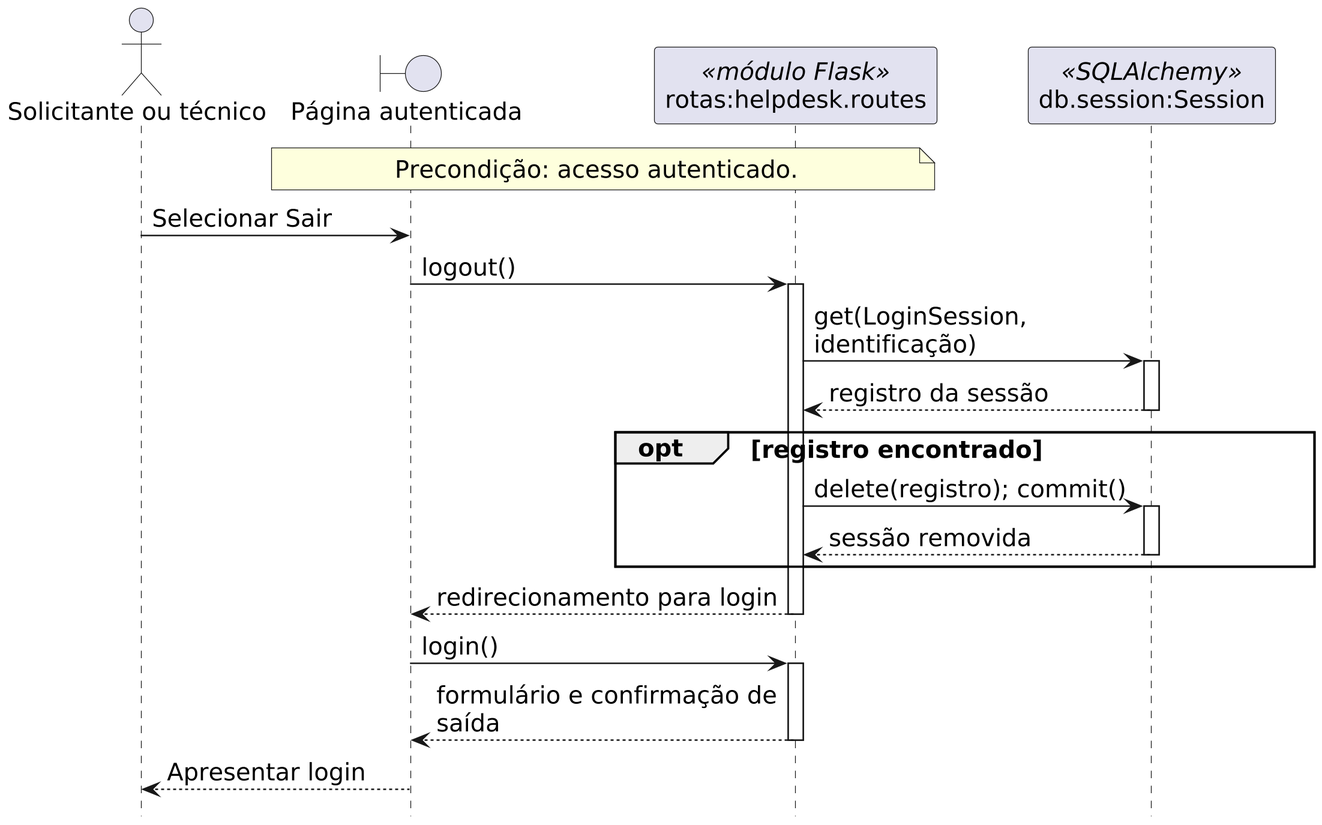
Earlier version of the PlantUML export docs/diagrams/sprint-2-logout.png (Lfijho/chamadosLES). The source it was exported from:
```plantuml
@startuml
hide footbox
skinparam backgroundColor #FFFFFF
skinparam shadowing false
skinparam dpi 240
skinparam defaultFontName SansSerif
skinparam defaultFontSize 16
skinparam ParticipantPadding 16
skinparam maxMessageSize 230
actor "Solicitante ou técnico" as A
boundary "Página autenticada" as I
participant "rotas:helpdesk.routes" as R <<módulo Flask>>
participant "db.session:Session" as P <<SQLAlchemy>>
note over I,R : Precondição: acesso autenticado.
A -> I : Selecionar Sair
I -> R : logout()
activate R
R -> P : get(LoginSession, identificação)
activate P
P --> R : registro da sessão
deactivate P
opt registro encontrado
  R -> P : delete(registro); commit()
  activate P
  P --> R : sessão removida
  deactivate P
end
R --> I : redirecionamento para login
deactivate R
I -> R : login()
activate R
R --> I : formulário e confirmação de saída
deactivate R
I --> A : Apresentar login
@enduml
```
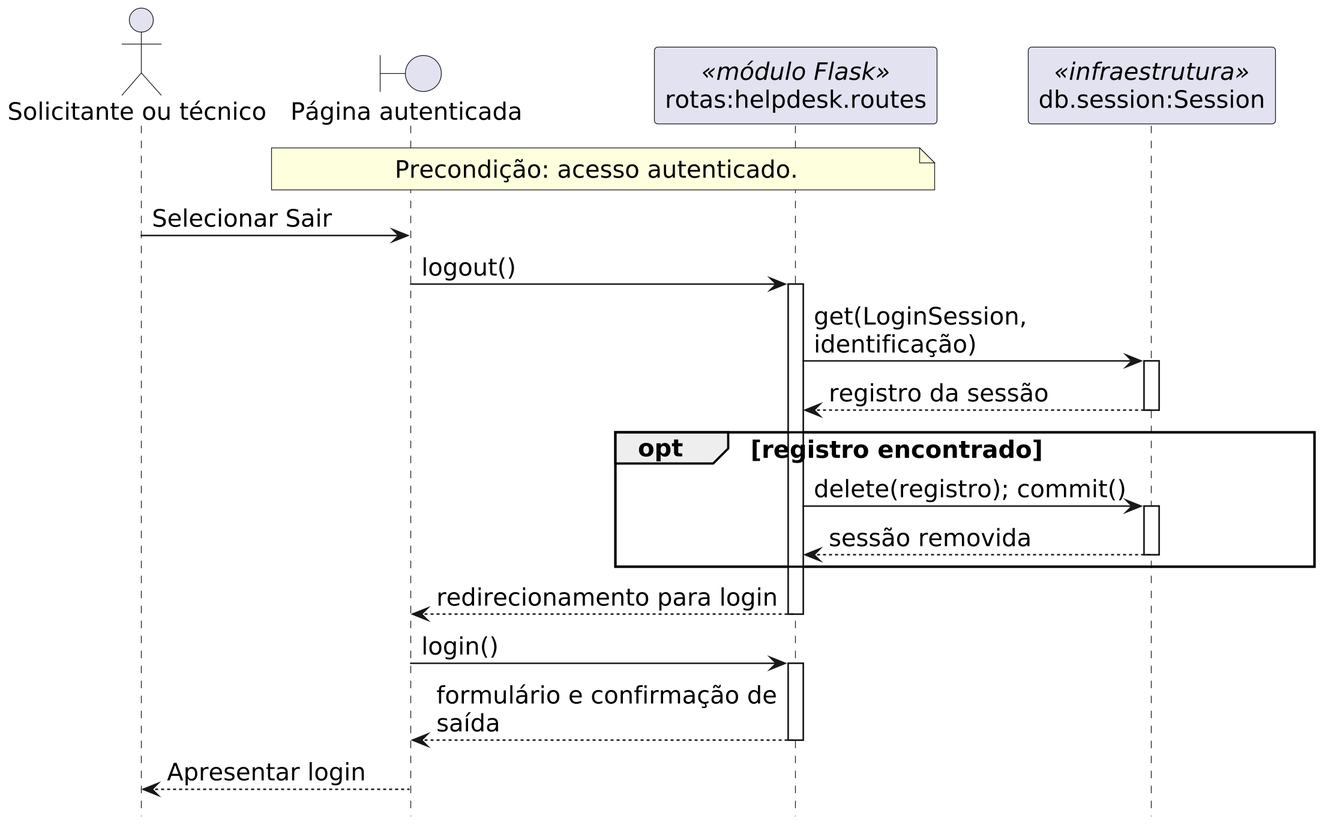
Above is the later version.

Change to the diagram source:
```diff
@@ -10,7 +10,7 @@
 actor "Solicitante ou técnico" as A
 boundary "Página autenticada" as I
 participant "rotas:helpdesk.routes" as R <<módulo Flask>>
-participant "db.session:Session" as P <<SQLAlchemy>>
+participant "db.session:Session" as P <<infraestrutura>>
 note over I,R : Precondição: acesso autenticado.
 A -> I : Selecionar Sair
 I -> R : logout()
```
